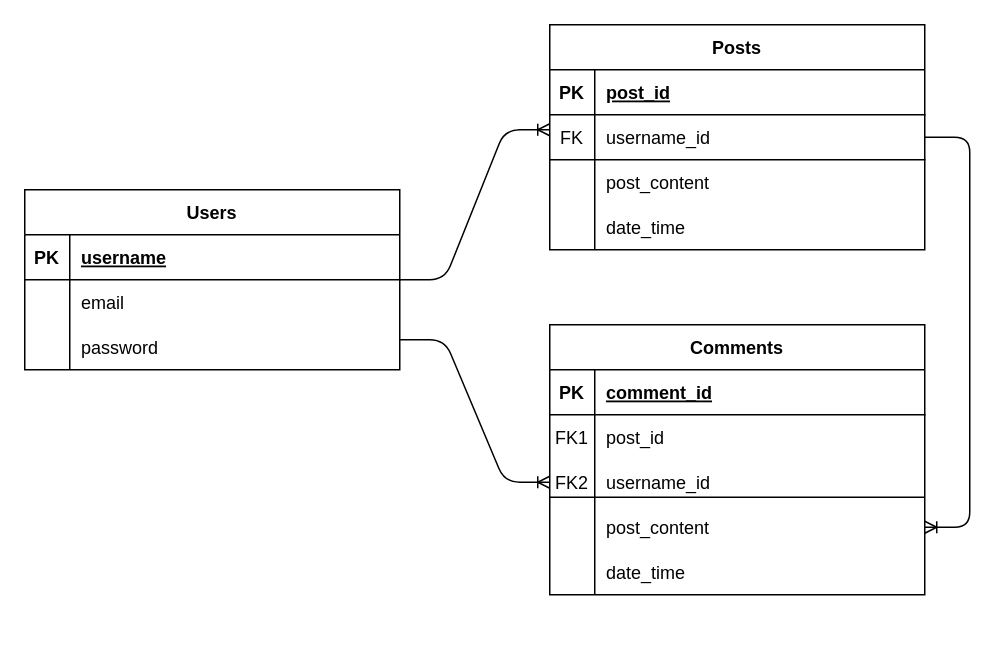
Earlier version of the draw.io diagram Untitled Diagram.drawio (Christinalytle/week9Homework). Source tidied: cells renumbered, new cells numbered last; positions are measured from the earlier drawing's top-left corner, leaving out a move shared by most shapes. Both pictures are drawn from the tidied source at 150%, with x=0, y=0 at pixel (24, 24).
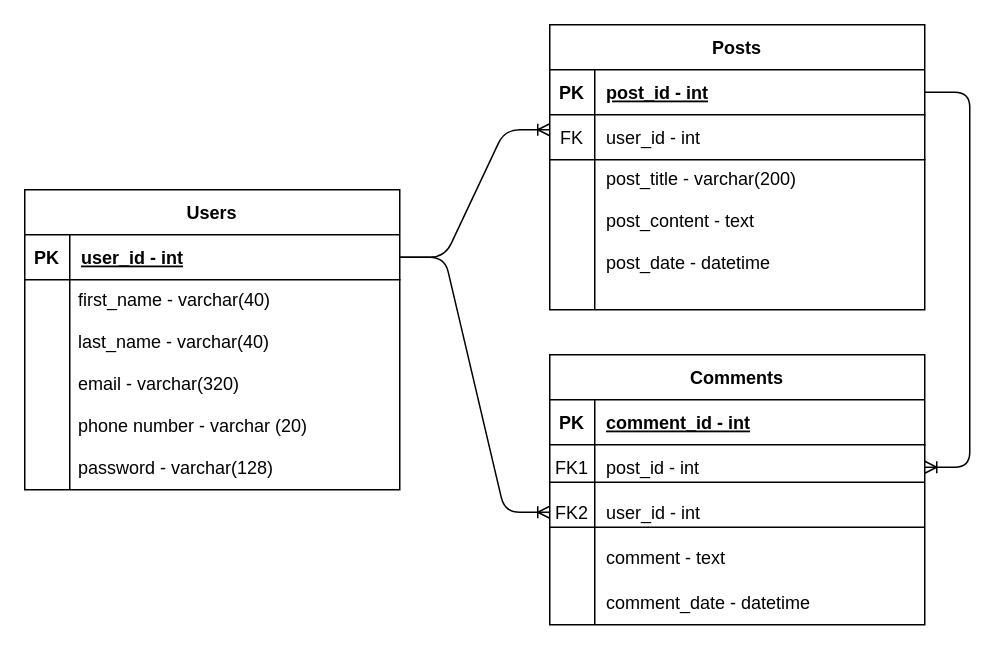
After the change.

Unchanged cells that the change refers to:
```xml
<mxCell id="3" style="shape=partialRectangle;fillColor=none;points=[[0,0.5],[1,0.5]];portConstraint=eastwest;top=0;left=0;right=0;bottom=1;" parent="2" vertex="1">
  <mxGeometry y="30" width="250" height="30" as="geometry" />
</mxCell>
<mxCell id="6" style="shape=partialRectangle;fillColor=none;top=0;left=0;bottom=1;right=0;points=[[0,0.5],[1,0.5]];portConstraint=eastwest;" parent="2" vertex="1">
  <mxGeometry y="60" width="250" height="30" as="geometry" />
</mxCell>
<mxCell id="16" style="shape=partialRectangle;fillColor=none;top=0;left=0;right=0;bottom=1;" parent="15" vertex="1">
  <mxGeometry y="30" width="250" height="30" as="geometry" />
</mxCell>
<mxCell id="19" style="shape=partialRectangle;fillColor=none;points=[[0,0.5],[1,0.5]];portConstraint=eastwest;top=0;left=0;right=0;bottom=0;" parent="15" vertex="1">
  <mxGeometry y="60" width="250" height="30" as="geometry" />
</mxCell>
<mxCell id="22" style="shape=partialRectangle;fillColor=none;top=0;left=0;bottom=0;right=0;points=[[0,0.5],[1,0.5]];portConstraint=eastwest;strokeColor=#000000;strokeWidth=1;" parent="15" vertex="1">
  <mxGeometry y="90" width="250" height="30" as="geometry" />
</mxCell>
<mxCell id="25" style="shape=partialRectangle;fillColor=none;points=[[0,0.5],[1,0.5]];portConstraint=eastwest;top=0;left=0;right=0;bottom=0;" parent="15" vertex="1">
  <mxGeometry y="120" width="250" height="30" as="geometry" />
</mxCell>
<mxCell id="28" style="shape=partialRectangle;fillColor=none;top=0;left=0;bottom=0;right=0;strokeColor=#000000;strokeWidth=1;" parent="15" vertex="1">
  <mxGeometry y="150" width="250" height="30" as="geometry" />
</mxCell>
<mxCell id="32" style="shape=partialRectangle;fillColor=none;points=[[0,0.5],[1,0.5]];portConstraint=eastwest;top=0;left=0;right=0;bottom=1;" parent="31" vertex="1">
  <mxGeometry y="30" width="250" height="30" as="geometry" />
</mxCell>
```

What changed in the source:
```diff
@@
     <mxCell id="2" value="Posts" style="shape=table;startSize=30;childLayout=tableLayout;rowLines=0;fontStyle=1;align=center;" parent="1" vertex="1">
-      <mxGeometry x="350" width="250" height="150" as="geometry" />
+      <mxGeometry x="350" width="250" height="190" as="geometry" />
     </mxCell>
@@
-    <mxCell id="5" value="post_id" style="shape=partialRectangle;overflow=hidden;fillColor=none;top=0;left=0;bottom=0;right=0;align=left;spacingLeft=6;fontStyle=5;" parent="3" vertex="1">
+    <mxCell id="5" value="post_id - int" style="shape=partialRectangle;overflow=hidden;fillColor=none;top=0;left=0;bottom=0;right=0;align=left;spacingLeft=6;fontStyle=5;" parent="3" vertex="1">
       <mxGeometry x="30" width="220" height="30" as="geometry" />
     </mxCell>
@@
-    <mxCell id="8" value="username_id" style="shape=partialRectangle;fillColor=none;top=0;left=0;bottom=0;right=0;align=left;spacingLeft=6;fontStyle=0;overflow=hidden;" parent="6" vertex="1">
+    <mxCell id="8" value="user_id - int " style="shape=partialRectangle;fillColor=none;top=0;left=0;bottom=0;right=0;align=left;spacingLeft=6;fontStyle=0;overflow=hidden;" parent="6" vertex="1">
       <mxGeometry x="30" width="220" height="30" as="geometry" />
     </mxCell>
     <mxCell id="9" style="shape=partialRectangle;fillColor=none;top=0;left=0;right=0;bottom=0;" parent="2" vertex="1">
-      <mxGeometry y="90" width="250" height="30" as="geometry" />
+      <mxGeometry y="90" width="250" height="80" as="geometry" />
     </mxCell>
     <mxCell id="10" style="shape=partialRectangle;overflow=hidden;fillColor=none;top=0;left=0;bottom=0;right=0;" parent="9" vertex="1">
-      <mxGeometry width="30" height="30" as="geometry" />
+      <mxGeometry width="30" height="80" as="geometry" />
     </mxCell>
-    <mxCell id="11" value="post_content" style="shape=partialRectangle;overflow=hidden;fillColor=none;top=0;left=0;bottom=0;right=0;align=left;spacingLeft=6;" parent="9" vertex="1">
-      <mxGeometry x="30" width="220" height="30" as="geometry" />
+    <mxCell id="11" value="post_title - varchar(200)&#10;&#10;post_content - text &#10;&#10;post_date - datetime" style="shape=partialRectangle;overflow=hidden;fillColor=none;top=0;left=0;bottom=0;right=0;align=left;spacingLeft=6;" parent="9" vertex="1">
+      <mxGeometry x="30" width="220" height="80" as="geometry" />
     </mxCell>
     <mxCell id="12" style="shape=partialRectangle;fillColor=none;top=0;left=0;bottom=0;right=0;" parent="2" vertex="1">
-      <mxGeometry y="120" width="250" height="30" as="geometry" />
+      <mxGeometry y="170" width="250" height="20" as="geometry" />
     </mxCell>
     <mxCell id="13" style="shape=partialRectangle;fillColor=none;top=0;left=0;bottom=0;right=0;overflow=hidden;" parent="12" vertex="1">
-      <mxGeometry width="30" height="30" as="geometry" />
+      <mxGeometry width="30" height="20" as="geometry" />
     </mxCell>
-    <mxCell id="14" value="date_time" style="shape=partialRectangle;fillColor=none;top=0;left=0;bottom=0;right=0;align=left;spacingLeft=6;overflow=hidden;" parent="12" vertex="1">
-      <mxGeometry x="30" width="220" height="30" as="geometry" />
+    <mxCell id="14" style="shape=partialRectangle;fillColor=none;top=0;left=0;bottom=0;right=0;align=left;spacingLeft=6;overflow=hidden;" parent="12" vertex="1">
+      <mxGeometry x="30" width="220" height="20" as="geometry" />
     </mxCell>
     <mxCell id="15" value="Comments" style="shape=table;startSize=30;childLayout=tableLayout;rowLines=0;fontStyle=1;align=center;" parent="1" vertex="1">
-      <mxGeometry x="350" y="200" width="250" height="180" as="geometry" />
+      <mxGeometry x="350" y="220" width="250" height="180" as="geometry" />
     </mxCell>
@@
-    <mxCell id="18" value="comment_id" style="shape=partialRectangle;overflow=hidden;fillColor=none;top=0;left=0;bottom=0;right=0;align=left;spacingLeft=6;fontStyle=5;" parent="16" vertex="1">
+    <mxCell id="18" value="comment_id - int" style="shape=partialRectangle;overflow=hidden;fillColor=none;top=0;left=0;bottom=0;right=0;align=left;spacingLeft=6;fontStyle=5;" parent="16" vertex="1">
       <mxGeometry x="30" width="220" height="30" as="geometry" />
     </mxCell>
@@
-    <mxCell id="21" value="post_id" style="shape=partialRectangle;overflow=hidden;fillColor=none;top=0;left=0;bottom=0;right=0;align=left;spacingLeft=6;" parent="19" vertex="1">
+    <mxCell id="21" value="post_id - int" style="shape=partialRectangle;overflow=hidden;fillColor=none;top=0;left=0;bottom=0;right=0;align=left;spacingLeft=6;" parent="19" vertex="1">
       <mxGeometry x="30" width="220" height="30" as="geometry" />
     </mxCell>
@@
-    <mxCell id="24" value="username_id" style="shape=partialRectangle;fillColor=none;top=0;left=0;bottom=0;right=0;align=left;spacingLeft=6;fontStyle=0;overflow=hidden;" parent="22" vertex="1">
+    <mxCell id="24" value="user_id - int" style="shape=partialRectangle;fillColor=none;top=0;left=0;bottom=0;right=0;align=left;spacingLeft=6;fontStyle=0;overflow=hidden;" parent="22" vertex="1">
       <mxGeometry x="30" width="220" height="30" as="geometry" />
     </mxCell>
@@
-    <mxCell id="27" value="post_content" style="shape=partialRectangle;overflow=hidden;fillColor=none;top=0;left=0;bottom=0;right=0;align=left;spacingLeft=6;" parent="25" vertex="1">
+    <mxCell id="27" value="comment - text " style="shape=partialRectangle;overflow=hidden;fillColor=none;top=0;left=0;bottom=0;right=0;align=left;spacingLeft=6;" parent="25" vertex="1">
       <mxGeometry x="30" width="220" height="30" as="geometry" />
     </mxCell>
@@
-    <mxCell id="30" value="date_time" style="shape=partialRectangle;fillColor=none;top=0;left=0;bottom=0;right=0;align=left;spacingLeft=6;overflow=hidden;" parent="28" vertex="1">
+    <mxCell id="30" value="comment_date - datetime" style="shape=partialRectangle;fillColor=none;top=0;left=0;bottom=0;right=0;align=left;spacingLeft=6;overflow=hidden;" parent="28" vertex="1">
       <mxGeometry x="30" width="220" height="30" as="geometry" />
     </mxCell>
     <mxCell id="31" value="Users" style="shape=table;startSize=30;childLayout=tableLayout;rowLines=0;fontStyle=1;align=center;" parent="1" vertex="1">
-      <mxGeometry y="110" width="250" height="120" as="geometry" />
+      <mxGeometry y="110" width="250" height="200" as="geometry" />
     </mxCell>
@@
-    <mxCell id="34" value="username" style="shape=partialRectangle;overflow=hidden;fillColor=none;top=0;left=0;bottom=0;right=0;align=left;spacingLeft=6;fontStyle=5;" parent="32" vertex="1">
+    <mxCell id="34" value="user_id - int" style="shape=partialRectangle;overflow=hidden;fillColor=none;top=0;left=0;bottom=0;right=0;align=left;spacingLeft=6;fontStyle=5;" parent="32" vertex="1">
       <mxGeometry x="30" width="220" height="30" as="geometry" />
     </mxCell>
     <mxCell id="35" style="shape=partialRectangle;fillColor=none;top=0;left=0;right=0;bottom=0;" parent="31" vertex="1">
-      <mxGeometry y="60" width="250" height="30" as="geometry" />
+      <mxGeometry y="60" width="250" height="100" as="geometry" />
     </mxCell>
     <mxCell id="36" style="shape=partialRectangle;overflow=hidden;fillColor=none;top=0;left=0;bottom=0;right=0;" parent="35" vertex="1">
-      <mxGeometry width="30" height="30" as="geometry" />
+      <mxGeometry width="30" height="100" as="geometry" />
     </mxCell>
-    <mxCell id="37" value="email " style="shape=partialRectangle;overflow=hidden;fillColor=none;top=0;left=0;bottom=0;right=0;align=left;spacingLeft=6;" parent="35" vertex="1">
-      <mxGeometry x="30" width="220" height="30" as="geometry" />
+    <mxCell id="37" style="shape=partialRectangle;overflow=hidden;fillColor=none;top=0;left=0;bottom=0;right=0;align=left;spacingLeft=6;" parent="35" vertex="1">
+      <mxGeometry x="30" width="220" height="100" as="geometry" />
     </mxCell>
     <mxCell id="38" style="shape=partialRectangle;fillColor=none;top=0;left=0;bottom=0;right=0;strokeColor=#000000;strokeWidth=1;" parent="31" vertex="1">
-      <mxGeometry y="90" width="250" height="30" as="geometry" />
+      <mxGeometry y="160" width="250" height="40" as="geometry" />
     </mxCell>
     <mxCell id="39" style="shape=partialRectangle;fillColor=none;top=0;left=0;bottom=0;right=0;overflow=hidden;" parent="38" vertex="1">
-      <mxGeometry width="30" height="30" as="geometry" />
+      <mxGeometry width="30" height="40" as="geometry" />
     </mxCell>
-    <mxCell id="40" value="password" style="shape=partialRectangle;fillColor=none;top=0;left=0;bottom=0;right=0;align=left;spacingLeft=6;overflow=hidden;" parent="38" vertex="1">
-      <mxGeometry x="30" width="220" height="30" as="geometry" />
+    <mxCell id="40" style="shape=partialRectangle;fillColor=none;top=0;left=0;bottom=0;right=0;align=left;spacingLeft=6;overflow=hidden;" parent="38" vertex="1">
+      <mxGeometry x="30" width="220" height="40" as="geometry" />
     </mxCell>
-    <mxCell id="41" style="edgeStyle=entityRelationEdgeStyle;fontSize=12;html=1;endArrow=ERoneToMany;" parent="1" edge="1">
+    <mxCell id="41" style="edgeStyle=entityRelationEdgeStyle;fontSize=12;html=1;endArrow=ERoneToMany;exitX=1;exitY=0.5;exitDx=0;exitDy=0;" parent="1" edge="1" source="32">
       <mxGeometry relative="1" as="geometry">
-        <mxPoint x="250" y="170" as="sourcePoint" />
         <mxPoint x="350" y="70" as="targetPoint" />
       </mxGeometry>
     </mxCell>
-    <mxCell id="42" style="edgeStyle=entityRelationEdgeStyle;fontSize=12;html=1;endArrow=ERoneToMany;entryX=0;entryY=0.5;entryDx=0;entryDy=0;" parent="1" edge="1" target="22">
-      <mxGeometry relative="1" as="geometry">
-        <mxPoint x="250" y="210" as="sourcePoint" />
-      </mxGeometry>
+    <mxCell id="42" style="edgeStyle=entityRelationEdgeStyle;fontSize=12;html=1;endArrow=ERoneToMany;entryX=0;entryY=0.5;entryDx=0;entryDy=0;exitX=1;exitY=0.5;exitDx=0;exitDy=0;" parent="1" edge="1" source="32" target="22">
+      <mxGeometry relative="1" as="geometry" />
     </mxCell>
-    <mxCell id="43" style="edgeStyle=entityRelationEdgeStyle;fontSize=12;html=1;endArrow=ERoneToMany;exitX=1;exitY=0.5;exitDx=0;exitDy=0;" parent="1" edge="1" source="6" target="25">
+    <mxCell id="43" style="edgeStyle=entityRelationEdgeStyle;fontSize=12;html=1;endArrow=ERoneToMany;exitX=1;exitY=0.5;exitDx=0;exitDy=0;entryX=1;entryY=0.5;entryDx=0;entryDy=0;" parent="1" edge="1" source="3" target="19">
       <mxGeometry relative="1" as="geometry" />
     </mxCell>
     <mxCell id="44" style="line;strokeWidth=1;dashed=0;labelPosition=right;align=left;verticalAlign=middle;spacingTop=0;spacingLeft=6;" parent="1" vertex="1">
-      <mxGeometry x="350" y="310" width="250" height="10" as="geometry" />
+      <mxGeometry x="350" y="300" width="250" height="10" as="geometry" />
     </mxCell>
+    <mxCell id="45" style="shape=partialRectangle;fillColor=none;top=0;left=0;right=0;bottom=0;" parent="1" vertex="1">
+      <mxGeometry y="200" width="250" height="30" as="geometry" />
+    </mxCell>
+    <mxCell id="46" style="shape=partialRectangle;overflow=hidden;fillColor=none;top=0;left=0;bottom=0;right=0;" parent="45" vertex="1">
+      <mxGeometry width="30" height="30" as="geometry" />
+    </mxCell>
+    <mxCell id="47" value="first_name - varchar(40)&#10;&#10;last_name - varchar(40)&#10;&#10;email - varchar(320)&#10;&#10;phone number - varchar (20)&#10;&#10;password - varchar(128)  " style="text;strokeColor=none;fillColor=none;spacingLeft=4;spacingRight=4;overflow=hidden;fontSize=12;" parent="1" vertex="1">
+      <mxGeometry x="30" y="170" width="240" height="130" as="geometry" />
+    </mxCell>
+    <mxCell id="48" style="line;strokeWidth=1;dashed=0;labelPosition=right;align=left;verticalAlign=middle;spacingTop=0;spacingLeft=6;" parent="1" vertex="1">
+      <mxGeometry x="350" y="330" width="250" height="10" as="geometry" />
+    </mxCell>
```
